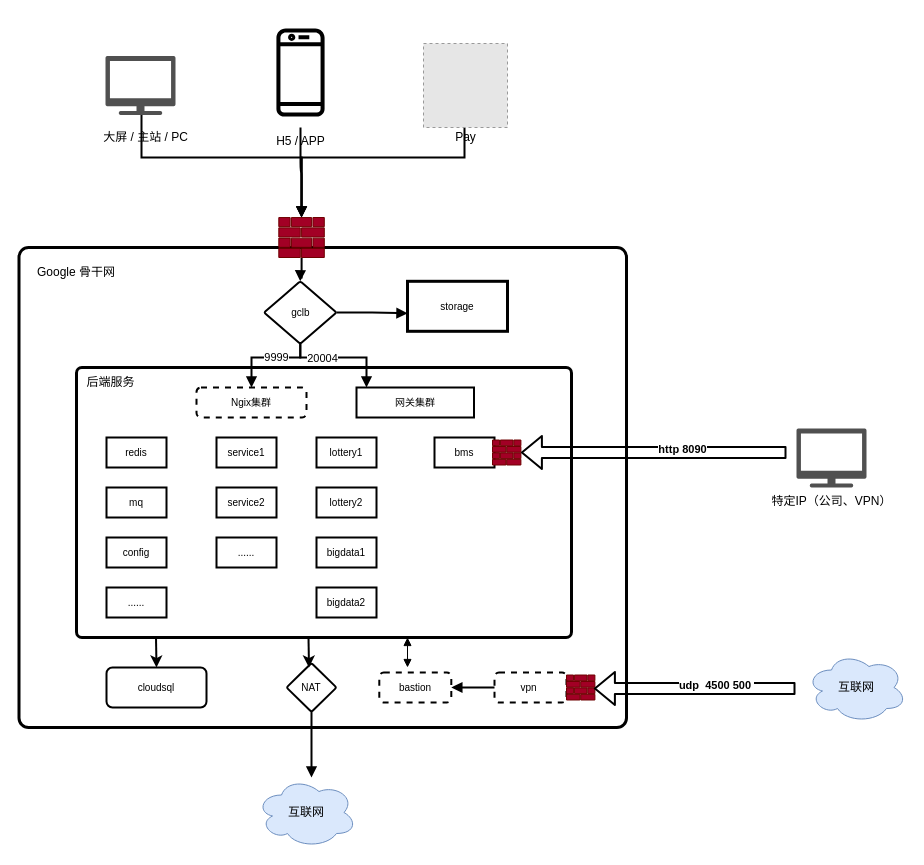
The draw.io diagram 网络拓扑图.drawio in metre/images, before the edit. Source tidied: cells renumbered, new cells numbered last; positions are measured from the earlier drawing's top-left corner, leaving out a move shared by most shapes. Both pictures are drawn from the tidied source at 100%, with x=0, y=0 at pixel (18, 17). Pictures stored in the file or linked from it are replaced by grey dashed boxes.
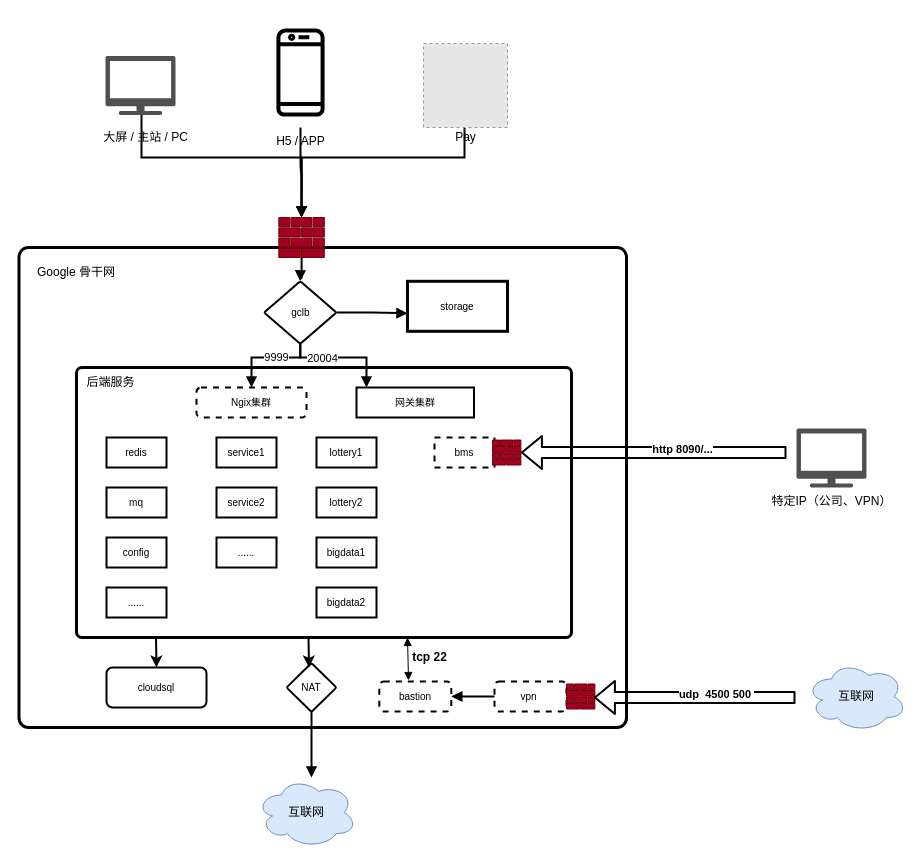
Above is the later version.

Commit message (it also covers changes not shown here):
Update 网络拓扑图.drawio

Unchanged cells that the change refers to:
```xml
<mxCell id="47" style="shape=flexArrow;endArrow=classic;html=1;rounded=1;sketch=0;fontColor=#999999;strokeWidth=2;curved=0;entryX=1;entryY=0.5;entryDx=0;entryDy=0;entryPerimeter=0;" parent="1" edge="1" target="43">
  <mxGeometry relative="1" as="geometry">
    <mxPoint x="768" y="435" as="sourcePoint" />
  </mxGeometry>
</mxCell>
```

Diff of the diagram source:
```diff
@@
-    <mxCell id="30" value="bms" style="rounded=0;whiteSpace=wrap;html=1;fontSize=10;strokeWidth=2;fillColor=none;" parent="1" vertex="1">
+    <mxCell id="30" value="bms" style="rounded=0;whiteSpace=wrap;html=1;fontSize=10;strokeWidth=2;fillColor=none;dashed=1;" parent="1" vertex="1">
       <mxGeometry x="416" y="420" width="60" height="30" as="geometry" />
     </mxCell>
@@
     <mxCell id="34" value="&lt;span style=&quot;&quot;&gt;bastion&lt;/span&gt;" style="rounded=1;whiteSpace=wrap;html=1;fontSize=10;strokeWidth=2;fillColor=none;dashed=1;" parent="1" vertex="1">
-      <mxGeometry x="360.8" y="655" width="72" height="30" as="geometry" />
+      <mxGeometry x="360.8" y="664" width="72" height="30" as="geometry" />
     </mxCell>
@@
     <mxCell id="36" value="vpn&amp;nbsp;" style="rounded=1;whiteSpace=wrap;html=1;fontSize=10;strokeWidth=2;fillColor=none;dashed=1;" parent="1" vertex="1">
-      <mxGeometry x="476" y="655" width="72" height="30" as="geometry" />
+      <mxGeometry x="476" y="664" width="72" height="30" as="geometry" />
     </mxCell>
-    <mxCell id="37" style="endArrow=block;startArrow=block;html=1;rounded=0;fontSize=10;startFill=1;endFill=1;" parent="1" edge="1">
+    <mxCell id="37" style="endArrow=block;startArrow=block;html=1;rounded=0;fontSize=10;startFill=1;endFill=1;exitX=0.406;exitY=-0.033;exitDx=0;exitDy=0;exitPerimeter=0;" parent="1" edge="1" source="34">
       <mxGeometry relative="1" as="geometry">
-        <mxPoint x="389" y="650" as="sourcePoint" />
         <mxPoint x="389" y="620" as="targetPoint" />
       </mxGeometry>
     </mxCell>
@@
     <mxCell id="41" style="sketch=0;shadow=0;dashed=0;html=1;strokeColor=#6F0000;labelPosition=center;verticalLabelPosition=bottom;verticalAlign=top;align=center;fillColor=#a20025;shape=mxgraph.mscae.enterprise.firewall;rounded=0;fontColor=#ffffff;" parent="1" vertex="1">
-      <mxGeometry x="548" y="657.5" width="28.4" height="25" as="geometry" />
+      <mxGeometry x="548" y="666.5" width="28.4" height="25" as="geometry" />
     </mxCell>
     <mxCell id="42" value="互联网" style="ellipse;shape=cloud;whiteSpace=wrap;html=1;rounded=0;sketch=0;fillColor=#dae8fc;strokeColor=#6c8ebf;" parent="1" vertex="1">
-      <mxGeometry x="788" y="635" width="100" height="70" as="geometry" />
+      <mxGeometry x="788" y="644" width="100" height="70" as="geometry" />
     </mxCell>
@@
-    <mxCell id="48" value="http 8090" style="edgeLabel;html=1;align=center;verticalAlign=middle;fontColor=#000000;fontStyle=1;" parent="47" vertex="1">
+    <mxCell id="48" value="http 8090/..." style="edgeLabel;html=1;align=center;verticalAlign=middle;fontColor=#000000;fontStyle=1;" parent="47" vertex="1">
       <mxGeometry x="-0.21" y="-4" relative="1" as="geometry" />
     </mxCell>
     <mxCell id="49" style="shape=flexArrow;endArrow=classic;html=1;rounded=1;sketch=0;fontColor=#999999;strokeWidth=2;curved=0;" parent="1" edge="1">
       <mxGeometry relative="1" as="geometry">
-        <mxPoint x="777" y="671" as="sourcePoint" />
-        <mxPoint x="575.4" y="671" as="targetPoint" />
+        <mxPoint x="777" y="680" as="sourcePoint" />
+        <mxPoint x="575.4" y="680" as="targetPoint" />
       </mxGeometry>
     </mxCell>
@@
+    <mxCell id="55" value="tcp 22" style="text;html=1;strokeColor=none;fillColor=none;align=center;verticalAlign=middle;whiteSpace=wrap;rounded=0;sketch=0;fontColor=#000000;fontStyle=1;" parent="1" vertex="1">
+      <mxGeometry x="389.8" y="630" width="43" height="20" as="geometry" />
+    </mxCell>
```
